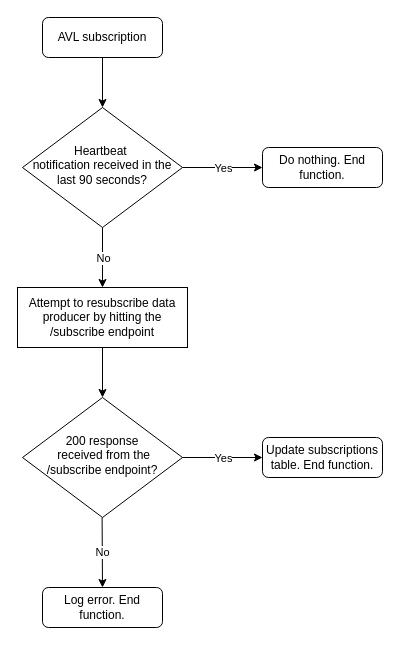
Earlier version of the draw.io diagram src/functions/avl-feed-validator/avl-feed-validator-flow.drawio (Department-for-Transport-Disruptions/bods-integrated-data). Source tidied: cells renumbered, new cells numbered last; positions are measured from the earlier drawing's top-left corner, leaving out a move shared by most shapes. Both pictures are drawn from the tidied source at 100%, with x=0, y=0 at pixel (17, 17).
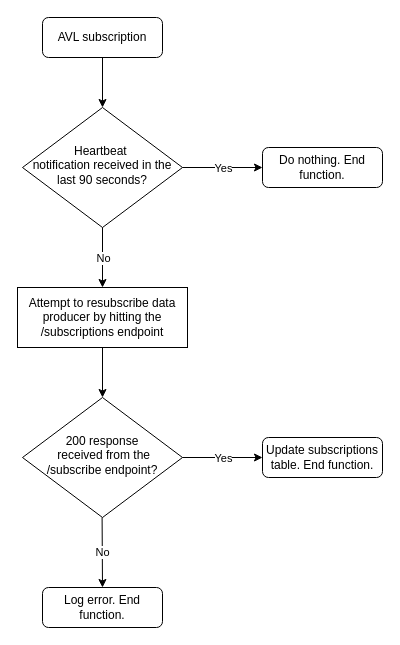
The same diagram, later.

Commit message (it also covers changes not shown here):
make consumer subscriptions api more restful

What changed in the source:
```diff
@@
-    <mxCell id="12" value="Attempt to resubscribe data producer by hitting the /subscribe endpoint" style="rounded=0;whiteSpace=wrap;html=1;" parent="1" vertex="1">
+    <mxCell id="12" value="Attempt to resubscribe data producer by hitting the /subscriptions endpoint" style="rounded=0;whiteSpace=wrap;html=1;" parent="1" vertex="1">
       <mxGeometry y="270" width="170" height="60" as="geometry" />
     </mxCell>
```
